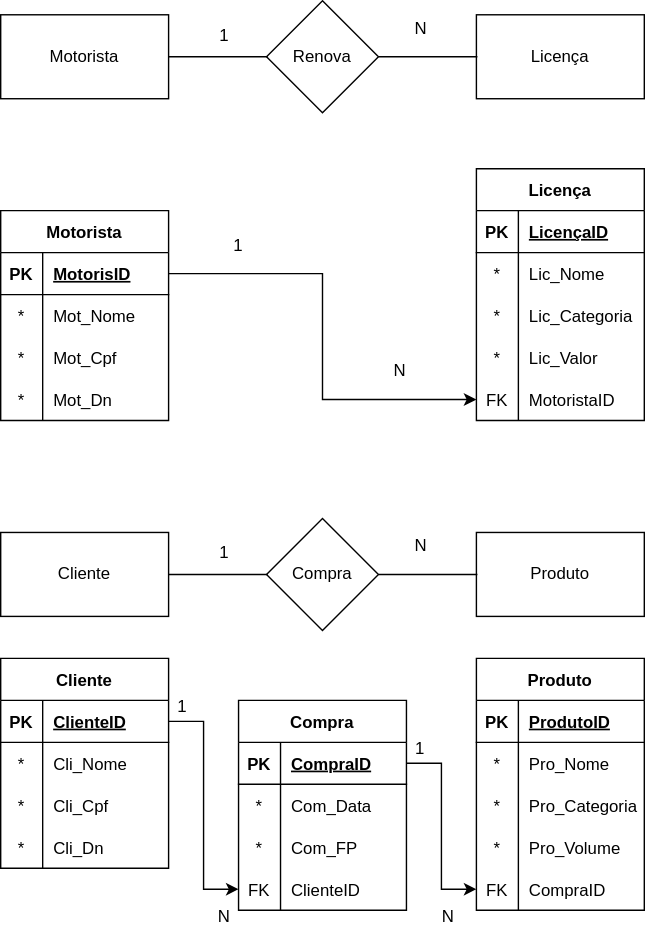
Earlier version of the draw.io export Diagrama sem nome.drawio.svg (VWplayer/Questoes-Ninho). Source tidied: cells renumbered, new cells last; positions are measured from the earlier drawing's top-left corner, leaving out a move shared by most shapes.
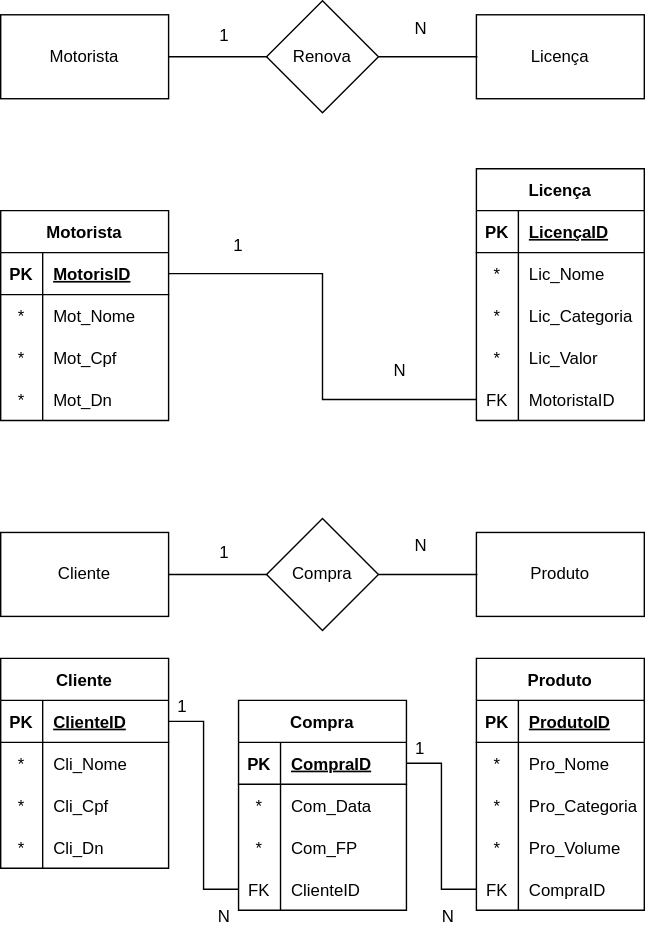
The same diagram one commit later.

Diff of the diagram source:
```diff
@@ -226,7 +226,7 @@
     <mxCell id="73" value="CompraID" style="shape=partialRectangle;fillColor=none;top=0;left=0;bottom=0;right=0;align=left;spacingLeft=6;overflow=hidden;" parent="71" vertex="1">
       <mxGeometry x="30" width="90" height="30" as="geometry" />
     </mxCell>
-    <mxCell id="74" style="edgeStyle=orthogonalEdgeStyle;rounded=0;jettySize=auto;html=1;exitX=1;exitY=0.5;exitDx=0;exitDy=0;entryX=0;entryY=0.5;entryDx=0;entryDy=0;" parent="1" edge="1" source="26" target="22">
+    <mxCell id="74" style="edgeStyle=orthogonalEdgeStyle;rounded=0;jettySize=auto;html=1;exitX=1;exitY=0.5;exitDx=0;exitDy=0;entryX=0;entryY=0.5;entryDx=0;entryDy=0;endArrow=none;endFill=0;" parent="1" edge="1" source="26" target="22">
       <mxGeometry relative="1" as="geometry" />
     </mxCell>
     <mxCell id="75" value="Compra" style="shape=table;startSize=30;rowLines=0;fontStyle=1;align=center;" parent="1" vertex="1">
@@ -268,10 +268,10 @@
     <mxCell id="87" value="ClienteID" style="shape=partialRectangle;fillColor=none;top=0;left=0;bottom=0;right=0;align=left;spacingLeft=6;overflow=hidden;" parent="85" vertex="1">
       <mxGeometry x="30" width="90" height="30" as="geometry" />
     </mxCell>
-    <mxCell id="88" style="edgeStyle=orthogonalEdgeStyle;rounded=0;jettySize=auto;html=1;exitX=1;exitY=0.5;exitDx=0;exitDy=0;entryX=0;entryY=0.5;entryDx=0;entryDy=0;" parent="1" edge="1" source="76" target="71">
+    <mxCell id="88" style="edgeStyle=orthogonalEdgeStyle;rounded=0;jettySize=auto;html=1;exitX=1;exitY=0.5;exitDx=0;exitDy=0;entryX=0;entryY=0.5;entryDx=0;entryDy=0;endArrow=none;endFill=0;" parent="1" edge="1" source="76" target="71">
       <mxGeometry relative="1" as="geometry" />
     </mxCell>
-    <mxCell id="89" style="edgeStyle=orthogonalEdgeStyle;rounded=0;jettySize=auto;html=1;exitX=1;exitY=0.5;exitDx=0;exitDy=0;entryX=0;entryY=0.5;entryDx=0;entryDy=0;" parent="1" edge="1" source="46" target="85">
+    <mxCell id="89" style="edgeStyle=orthogonalEdgeStyle;rounded=0;jettySize=auto;html=1;exitX=1;exitY=0.5;exitDx=0;exitDy=0;entryX=0;entryY=0.5;entryDx=0;entryDy=0;endArrow=none;endFill=0;" parent="1" edge="1" source="46" target="85">
       <mxGeometry relative="1" as="geometry" />
     </mxCell>
     <mxCell id="90" value="1" style="text;html=1;strokeColor=none;fillColor=none;align=center;verticalAlign=middle;whiteSpace=wrap;rounded=0;" parent="1" vertex="1">
```
